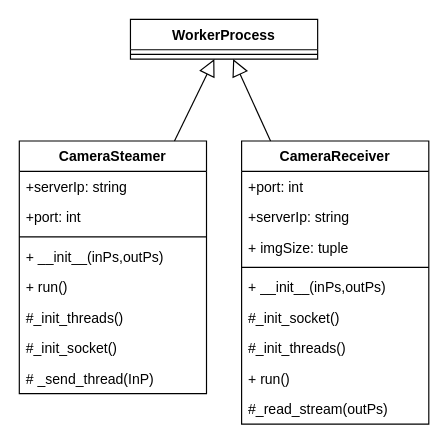
Before: page "CameraStreamer" (3 of 5) of docs/source/diagrams/ClassDiaStartUp.drawio in ECC-BFMC/Brain, a draw.io diagram. Source tidied: cells renumbered, new cells numbered last; positions are measured from the earlier drawing's top-left corner, leaving out a move shared by most shapes. Both pictures are drawn from the tidied source at 117%, with x=0, y=0 at pixel (19, 19).
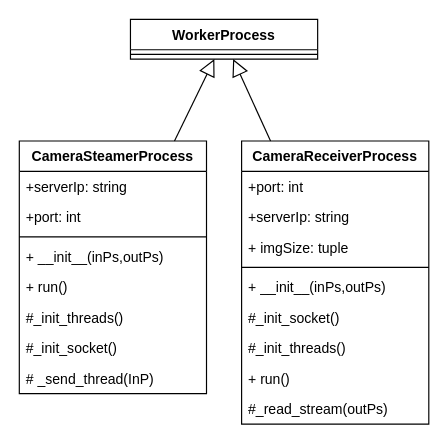
After the change.

Diff of the diagram source:
```diff
@@
-    <mxCell id="2" value="CameraSteamer" style="swimlane;fontStyle=1;align=center;verticalAlign=top;horizontal=1;startSize=26;labelBackgroundColor=none;" parent="1" vertex="1">
+    <mxCell id="2" value="CameraSteamerProcess" style="swimlane;fontStyle=1;align=center;verticalAlign=top;horizontal=1;startSize=26;labelBackgroundColor=none;" parent="1" vertex="1">
       <mxGeometry y="104" width="160" height="216" as="geometry" />
     </mxCell>
@@
-    <mxCell id="11" value="CameraReceiver" style="swimlane;fontStyle=1;align=center;verticalAlign=top;horizontal=1;startSize=26;labelBackgroundColor=none;" parent="1" vertex="1">
+    <mxCell id="11" value="CameraReceiverProcess" style="swimlane;fontStyle=1;align=center;verticalAlign=top;horizontal=1;startSize=26;labelBackgroundColor=none;" parent="1" vertex="1">
       <mxGeometry x="190" y="104" width="160" height="242" as="geometry" />
     </mxCell>
```
